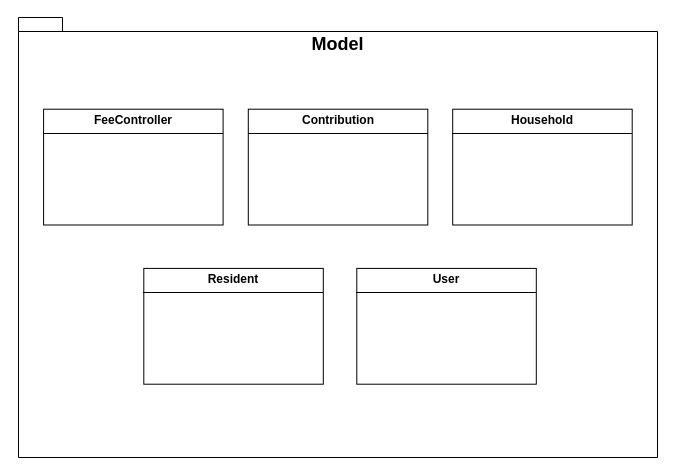
This is Biểu đồ không có tiêu đề.drawio from HARKINGS/UML, a draw.io file, before an edit. Source tidied: cells renumbered, new cells numbered last; positions are measured from the earlier drawing's top-left corner, leaving out a move shared by most shapes. Both pictures are drawn from the tidied source at 100%, with x=0, y=0 at pixel (18, 17).
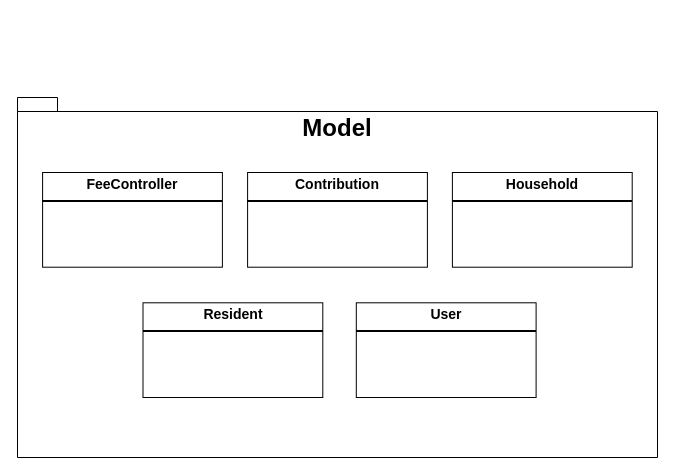
Above is the later version.

Commit message (it also covers changes not shown here):
Cập nhật Biểu đồ không có tiêu đề.drawio

Change to the diagram source:
```diff
@@
 <mxGraphModel>
   <root>
     <mxCell id="0" />
     <mxCell id="1" parent="0" />
-    <mxCell id="2" style="group;" parent="1" vertex="1">
-      <mxGeometry width="639" height="440" as="geometry" />
-    </mxCell>
+    <mxCell id="9" style="group;fontSize=14;" parent="1" vertex="1">
+      <mxGeometry x="-1" y="80" width="640" height="360" as="geometry" />
+    </mxCell>
-    <mxCell id="3" value="&lt;span style=&quot;font-size: 18px;&quot;&gt;Model&lt;/span&gt;" style="shape=folder;fontStyle=1;spacingTop=10;tabWidth=40;tabHeight=14;tabPosition=left;html=1;whiteSpace=wrap;align=center;verticalAlign=top;labelPosition=center;verticalLabelPosition=middle;horizontal=1;" parent="2" vertex="1">
-      <mxGeometry width="639" height="440" as="geometry" />
+    <mxCell id="3" value="&lt;span&gt;&lt;font style=&quot;font-size: 24px;&quot;&gt;Model&lt;/font&gt;&lt;/span&gt;" style="shape=folder;fontStyle=1;spacingTop=10;tabWidth=40;tabHeight=14;tabPosition=left;html=1;whiteSpace=wrap;align=center;verticalAlign=top;labelPosition=center;verticalLabelPosition=middle;horizontal=1;fontSize=14;" parent="9" vertex="1">
+      <mxGeometry width="640" height="360" as="geometry" />
     </mxCell>
-    <mxCell id="4" value="&lt;p style=&quot;margin:0px;margin-top:4px;text-align:center;&quot;&gt;&lt;b&gt;Contribution&lt;/b&gt;&lt;/p&gt;&lt;hr size=&quot;1&quot; style=&quot;border-style:solid;&quot;&gt;&lt;div style=&quot;height:2px;&quot;&gt;&lt;/div&gt;" style="verticalAlign=top;align=left;overflow=fill;html=1;whiteSpace=wrap;" parent="2" vertex="1">
-      <mxGeometry x="229.8" y="91.7" width="179.5" height="115.8" as="geometry" />
+    <mxCell id="4" value="&lt;p style=&quot;margin:0px;margin-top:4px;text-align:center;&quot;&gt;&lt;b&gt;Contribution&lt;/b&gt;&lt;/p&gt;&lt;hr style=&quot;border-style:solid;&quot;&gt;&lt;div style=&quot;height:2px;&quot;&gt;&lt;/div&gt;" style="verticalAlign=top;align=left;overflow=fill;html=1;whiteSpace=wrap;fontSize=14;" parent="9" vertex="1">
+      <mxGeometry x="230.1" y="75" width="179.8" height="94.7" as="geometry" />
     </mxCell>
-    <mxCell id="5" value="&lt;p style=&quot;margin:0px;margin-top:4px;text-align:center;&quot;&gt;&lt;b&gt;User&lt;/b&gt;&lt;/p&gt;&lt;hr size=&quot;1&quot; style=&quot;border-style:solid;&quot;&gt;&lt;div style=&quot;height:2px;&quot;&gt;&lt;/div&gt;" style="verticalAlign=top;align=left;overflow=fill;html=1;whiteSpace=wrap;" parent="2" vertex="1">
-      <mxGeometry x="338.3" y="250.9" width="179.5" height="115.8" as="geometry" />
+    <mxCell id="5" value="&lt;p style=&quot;margin:0px;margin-top:4px;text-align:center;&quot;&gt;&lt;b&gt;User&lt;/b&gt;&lt;/p&gt;&lt;hr style=&quot;border-style:solid;&quot;&gt;&lt;div style=&quot;height:2px;&quot;&gt;&lt;/div&gt;" style="verticalAlign=top;align=left;overflow=fill;html=1;whiteSpace=wrap;fontSize=14;" parent="9" vertex="1">
+      <mxGeometry x="338.8" y="205.3" width="179.8" height="94.7" as="geometry" />
     </mxCell>
-    <mxCell id="6" value="&lt;p style=&quot;margin:0px;margin-top:4px;text-align:center;&quot;&gt;&lt;b&gt;Resident&lt;/b&gt;&lt;/p&gt;&lt;hr size=&quot;1&quot; style=&quot;border-style:solid;&quot;&gt;&lt;div style=&quot;height:2px;&quot;&gt;&lt;/div&gt;" style="verticalAlign=top;align=left;overflow=fill;html=1;whiteSpace=wrap;" parent="2" vertex="1">
-      <mxGeometry x="125.3" y="250.9" width="179.5" height="115.8" as="geometry" />
+    <mxCell id="6" value="&lt;p style=&quot;margin:0px;margin-top:4px;text-align:center;&quot;&gt;&lt;b&gt;Resident&lt;/b&gt;&lt;/p&gt;&lt;hr style=&quot;border-style:solid;&quot;&gt;&lt;div style=&quot;height:2px;&quot;&gt;&lt;/div&gt;" style="verticalAlign=top;align=left;overflow=fill;html=1;whiteSpace=wrap;fontSize=14;" parent="9" vertex="1">
+      <mxGeometry x="125.5" y="205.3" width="179.8" height="94.7" as="geometry" />
     </mxCell>
-    <mxCell id="7" value="&lt;p style=&quot;margin:0px;margin-top:4px;text-align:center;&quot;&gt;&lt;b&gt;Household&lt;/b&gt;&lt;/p&gt;&lt;hr size=&quot;1&quot; style=&quot;border-style:solid;&quot;&gt;&lt;div style=&quot;height:2px;&quot;&gt;&lt;/div&gt;" style="verticalAlign=top;align=left;overflow=fill;html=1;whiteSpace=wrap;" parent="2" vertex="1">
-      <mxGeometry x="434.2" y="91.7" width="179.5" height="115.8" as="geometry" />
+    <mxCell id="7" value="&lt;p style=&quot;margin:0px;margin-top:4px;text-align:center;&quot;&gt;&lt;b&gt;Household&lt;/b&gt;&lt;/p&gt;&lt;hr style=&quot;border-style:solid;&quot;&gt;&lt;div style=&quot;height:2px;&quot;&gt;&lt;/div&gt;" style="verticalAlign=top;align=left;overflow=fill;html=1;whiteSpace=wrap;fontSize=14;" parent="9" vertex="1">
+      <mxGeometry x="434.9" y="75" width="179.8" height="94.7" as="geometry" />
     </mxCell>
-    <mxCell id="8" value="&lt;p style=&quot;margin:0px;margin-top:4px;text-align:center;&quot;&gt;&lt;b&gt;FeeController&lt;/b&gt;&lt;/p&gt;&lt;hr size=&quot;1&quot; style=&quot;border-style:solid;&quot;&gt;&lt;div style=&quot;height:2px;&quot;&gt;&lt;/div&gt;" style="verticalAlign=top;align=left;overflow=fill;html=1;whiteSpace=wrap;" parent="2" vertex="1">
-      <mxGeometry x="25.1" y="91.7" width="179.5" height="115.8" as="geometry" />
+    <mxCell id="8" value="&lt;p style=&quot;margin:0px;margin-top:4px;text-align:center;&quot;&gt;&lt;b&gt;FeeController&lt;/b&gt;&lt;/p&gt;&lt;hr style=&quot;border-style:solid;&quot;&gt;&lt;div style=&quot;height:2px;&quot;&gt;&lt;/div&gt;" style="verticalAlign=top;align=left;overflow=fill;html=1;whiteSpace=wrap;fontSize=14;" parent="9" vertex="1">
+      <mxGeometry x="25.1" y="75" width="179.8" height="94.7" as="geometry" />
     </mxCell>
   </root>
 </mxGraphModel>
```
